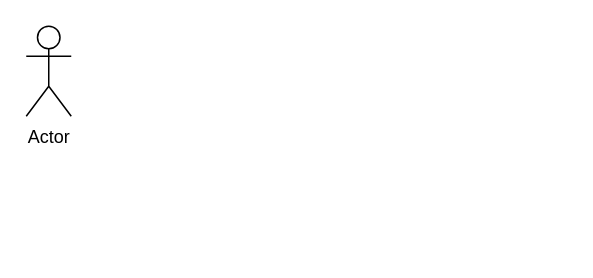
Before: Untitled Diagram.drawio in VuthyPanha/Public-test, a draw.io diagram. Source tidied: cells renumbered, new cells numbered last; positions are measured from the earlier drawing's top-left corner, leaving out a move shared by most shapes. Both pictures are drawn from the tidied source at 150%, with x=0, y=0 at pixel (26, 26).
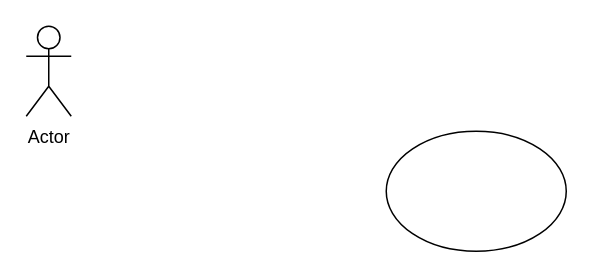
After the change.

Commit message:
use case diagram

What changed in the source:
```diff
@@
 <mxGraphModel>
   <root>
     <mxCell id="0" />
     <mxCell id="1" parent="0" />
     <mxCell id="2" value="Actor" style="shape=umlActor;verticalLabelPosition=bottom;verticalAlign=top;html=1;" parent="1" vertex="1">
       <mxGeometry width="30" height="60" as="geometry" />
     </mxCell>
+    <mxCell id="3" style="ellipse;whiteSpace=wrap;html=1;" parent="1" vertex="1">
+      <mxGeometry x="240" y="70" width="120" height="80" as="geometry" />
+    </mxCell>
   </root>
 </mxGraphModel>
```
